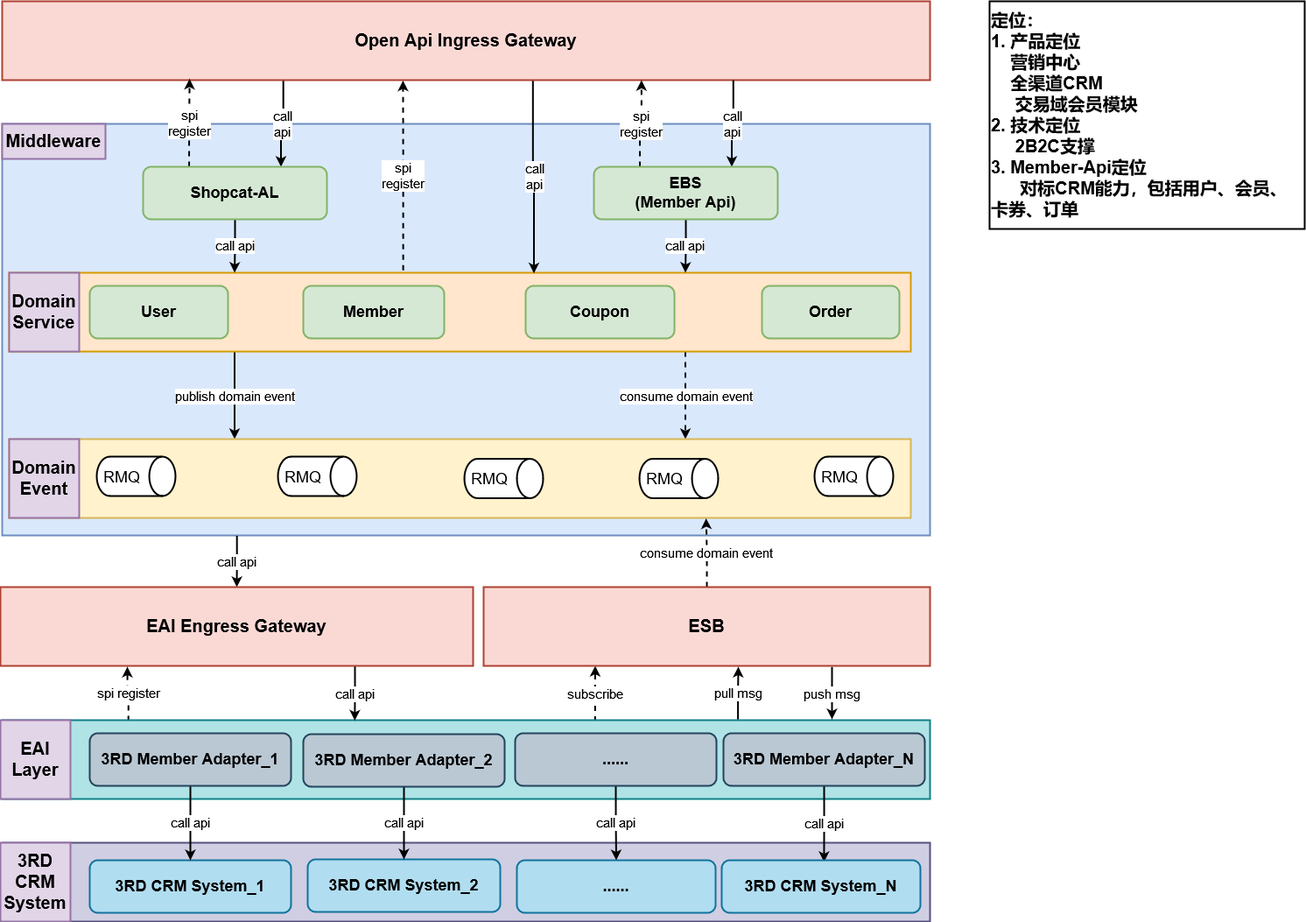
The draw.io diagram Shopcat.drawio.png in jackie-thank/beego-authz, before a commit. Source tidied: cells renumbered, new cells last; positions are measured from the earlier drawing's top-left corner, leaving out a move shared by most shapes.
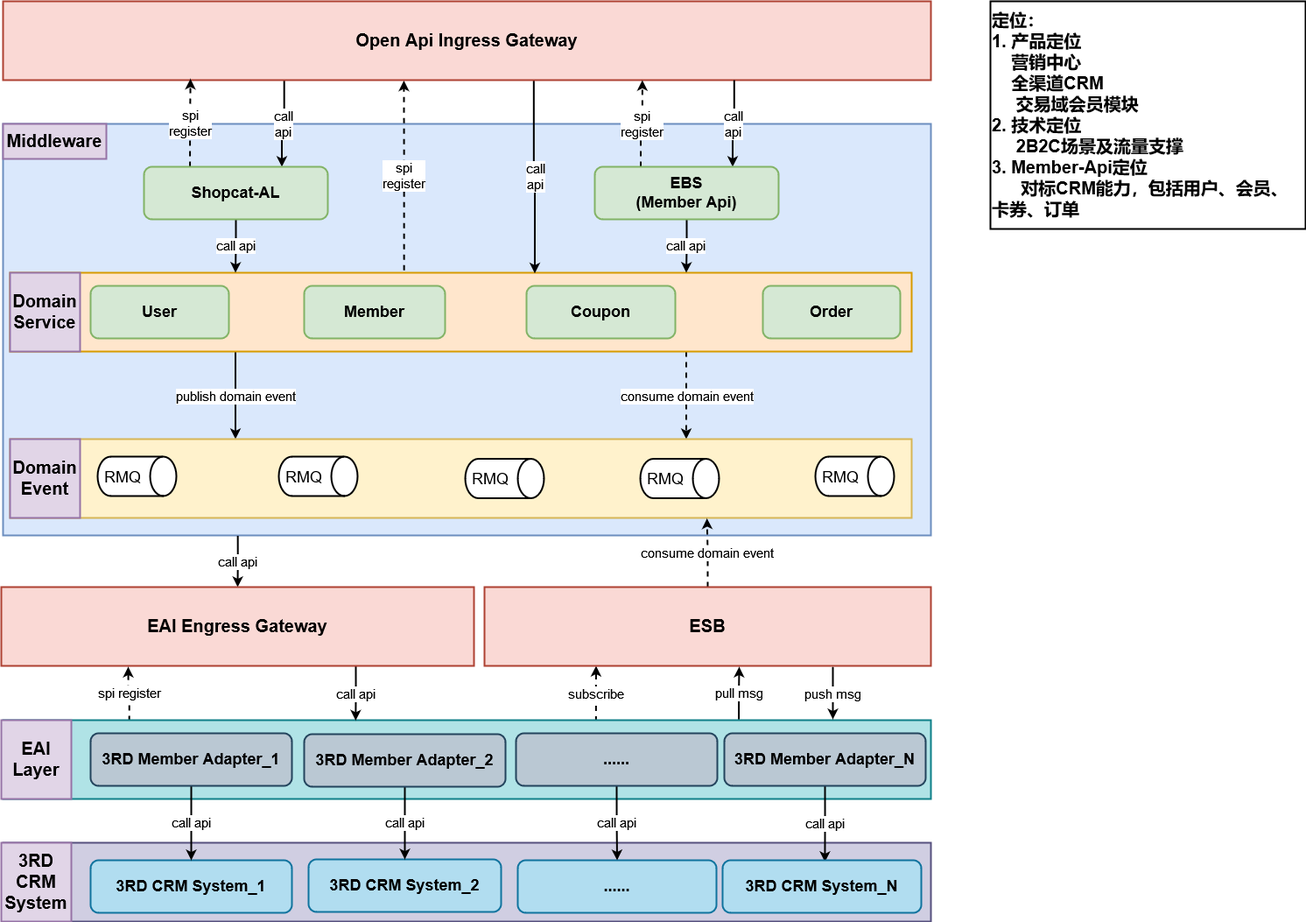
After the commit.

The edit, as a diff of the source:
```diff
@@ -198,7 +198,7 @@
     <mxCell id="64" value="ESB" style="rounded=0;whiteSpace=wrap;html=1;strokeWidth=2;fontSize=20;fontStyle=1;fillColor=#fad9d5;strokeColor=#ae4132;" parent="1" vertex="1">
       <mxGeometry x="552" y="669" width="510" height="90" as="geometry" />
     </mxCell>
-    <mxCell id="65" value="&lt;div style=&quot;font-size: 20px;&quot;&gt;定位：&lt;/div&gt;&lt;div style=&quot;font-size: 20px;&quot;&gt;1. 产品定位&lt;/div&gt;&lt;div style=&quot;font-size: 20px;&quot;&gt;&amp;nbsp;&amp;nbsp;&amp;nbsp; 营销中心&lt;br style=&quot;font-size: 20px;&quot;&gt;&lt;/div&gt;&lt;div style=&quot;font-size: 20px;&quot;&gt;&amp;nbsp;&amp;nbsp;&amp;nbsp; 全渠道CRM&lt;/div&gt;&lt;div style=&quot;font-size: 20px;&quot;&gt;&amp;nbsp;&amp;nbsp;&amp;nbsp;&amp;nbsp; 交易域会员模块&lt;br style=&quot;font-size: 20px;&quot;&gt;&lt;/div&gt;&lt;div style=&quot;font-size: 20px;&quot;&gt;2. 技术定位&lt;/div&gt;&lt;div style=&quot;font-size: 20px;&quot;&gt;&amp;nbsp;&amp;nbsp;&amp;nbsp;&amp;nbsp; 2B2C支撑&lt;br style=&quot;font-size: 20px;&quot;&gt;&lt;/div&gt;&lt;div style=&quot;font-size: 20px;&quot;&gt;3. Member-Api定位&lt;/div&gt;&lt;div style=&quot;font-size: 20px;&quot;&gt;&amp;nbsp;&amp;nbsp;&amp;nbsp;&amp;nbsp;&amp;nbsp; 对标CRM能力，包括用户、会员、卡券、订单&lt;br style=&quot;font-size: 20px;&quot;&gt;&lt;/div&gt;" style="rounded=0;whiteSpace=wrap;html=1;strokeWidth=2;fontSize=20;align=left;fontStyle=1;" parent="1" vertex="1">
+    <mxCell id="65" value="&lt;div style=&quot;font-size: 20px;&quot;&gt;定位：&lt;/div&gt;&lt;div style=&quot;font-size: 20px;&quot;&gt;1. 产品定位&lt;/div&gt;&lt;div style=&quot;font-size: 20px;&quot;&gt;&amp;nbsp;&amp;nbsp;&amp;nbsp; 营销中心&lt;br style=&quot;font-size: 20px;&quot;&gt;&lt;/div&gt;&lt;div style=&quot;font-size: 20px;&quot;&gt;&amp;nbsp;&amp;nbsp;&amp;nbsp; 全渠道CRM&lt;/div&gt;&lt;div style=&quot;font-size: 20px;&quot;&gt;&amp;nbsp;&amp;nbsp;&amp;nbsp;&amp;nbsp; 交易域会员模块&lt;br style=&quot;font-size: 20px;&quot;&gt;&lt;/div&gt;&lt;div style=&quot;font-size: 20px;&quot;&gt;2. 技术定位&lt;/div&gt;&lt;div style=&quot;font-size: 20px;&quot;&gt;&amp;nbsp;&amp;nbsp;&amp;nbsp;&amp;nbsp; 2B2C场景及流量支撑&lt;br style=&quot;font-size: 20px;&quot;&gt;&lt;/div&gt;&lt;div style=&quot;font-size: 20px;&quot;&gt;3. Member-Api定位&lt;/div&gt;&lt;div style=&quot;font-size: 20px;&quot;&gt;&amp;nbsp;&amp;nbsp;&amp;nbsp;&amp;nbsp;&amp;nbsp; 对标CRM能力，包括用户、会员、卡券、订单&lt;br style=&quot;font-size: 20px;&quot;&gt;&lt;/div&gt;" style="rounded=0;whiteSpace=wrap;html=1;strokeWidth=2;fontSize=20;align=left;fontStyle=1;" parent="1" vertex="1">
       <mxGeometry x="1130" width="360" height="260" as="geometry" />
     </mxCell>
   </root>
```
